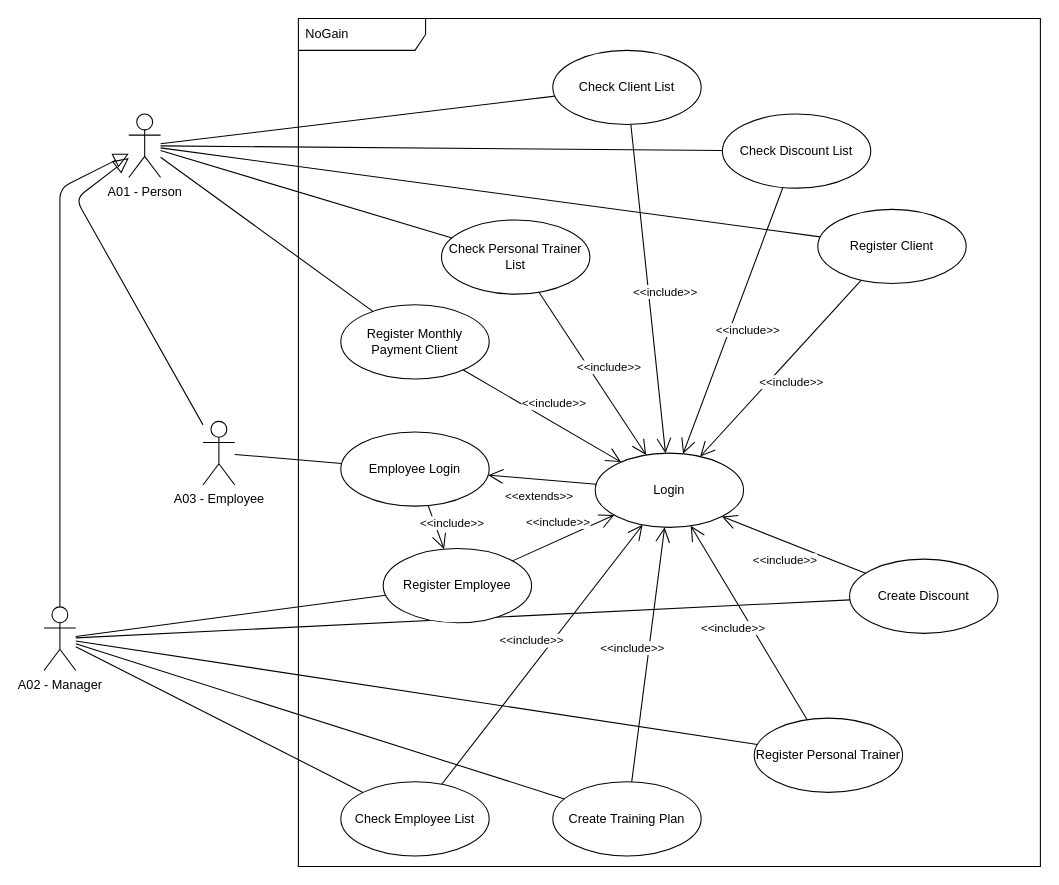
This is page "English" (2 of 2) of diagram/main/useCase.drawio from bosshentai/tccCode, a draw.io file, before an edit. Source tidied: cells renumbered, new cells numbered last; positions are measured from the earlier drawing's top-left corner, leaving out a move shared by most shapes. Both pictures are drawn from the tidied source at 106%, with x=0, y=0 at pixel (43, 18).
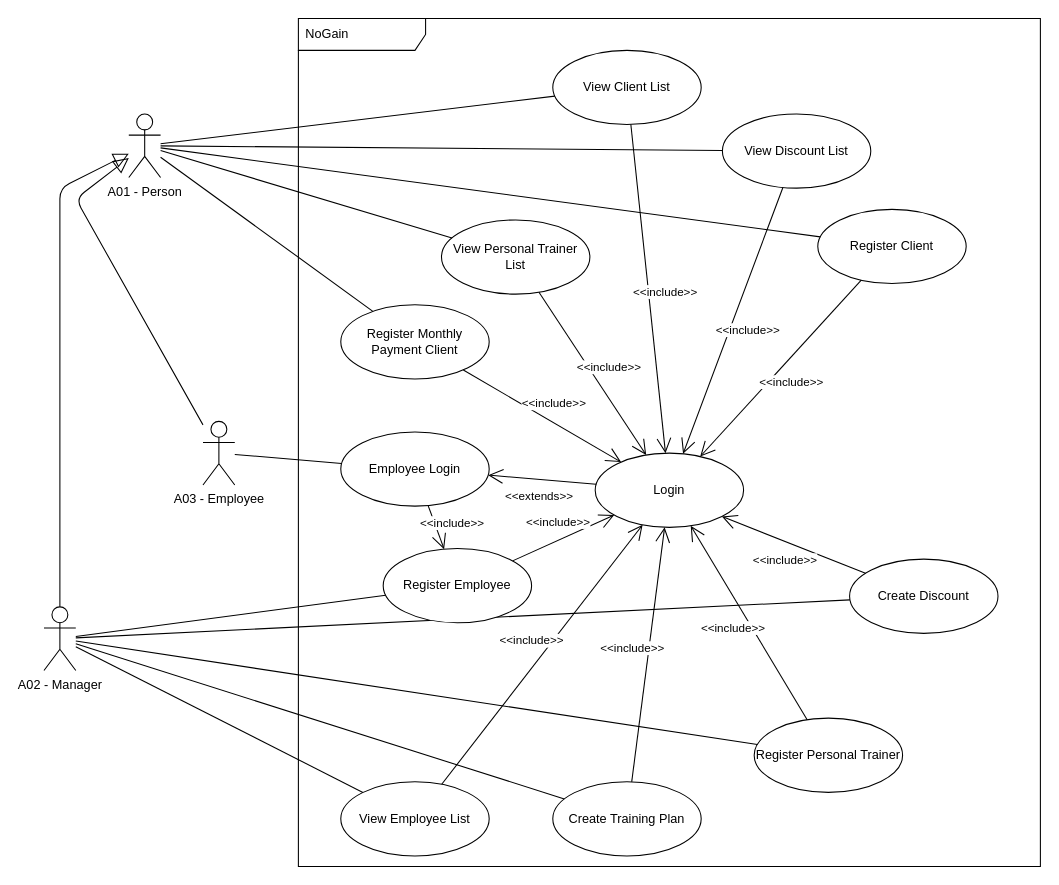
The same diagram, later.

Commit message (it also covers changes not shown here):
some changed had been done in the diagrams

The edit, as a diff of the source:
```diff
@@
-    <mxCell id="6" value="Check Discount List" style="ellipse;whiteSpace=wrap;html=1;" parent="1" vertex="1">
+    <mxCell id="6" value="View Discount List" style="ellipse;whiteSpace=wrap;html=1;" parent="1" vertex="1">
       <mxGeometry x="640" y="90" width="140" height="70" as="geometry" />
     </mxCell>
-    <mxCell id="7" value="Check Personal Trainer List" style="ellipse;whiteSpace=wrap;html=1;" parent="1" vertex="1">
+    <mxCell id="7" value="View Personal Trainer List" style="ellipse;whiteSpace=wrap;html=1;" parent="1" vertex="1">
       <mxGeometry x="375" y="190" width="140" height="70" as="geometry" />
     </mxCell>
-    <mxCell id="8" value="Check Client List" style="ellipse;whiteSpace=wrap;html=1;" parent="1" vertex="1">
+    <mxCell id="8" value="View Client List" style="ellipse;whiteSpace=wrap;html=1;" parent="1" vertex="1">
       <mxGeometry x="480" y="30" width="140" height="70" as="geometry" />
     </mxCell>
-    <mxCell id="9" value="Check Employee List" style="ellipse;whiteSpace=wrap;html=1;" parent="1" vertex="1">
+    <mxCell id="9" value="View Employee List" style="ellipse;whiteSpace=wrap;html=1;" parent="1" vertex="1">
       <mxGeometry x="280" y="720" width="140" height="70" as="geometry" />
     </mxCell>
```
